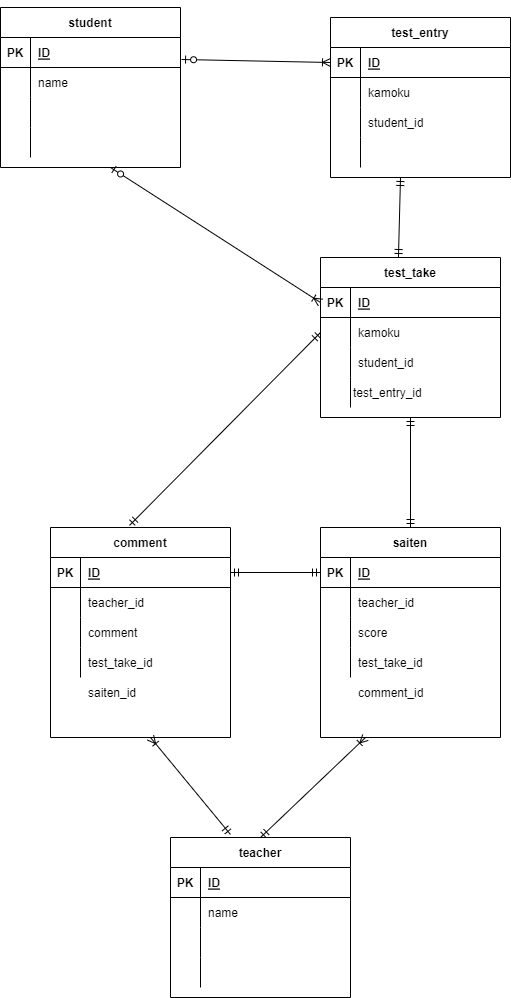
This is 20220918abe/test3.drawio.png from kazuki2355hayabusa/database_kadai, a draw.io export, as it was before one commit. Source tidied: cells renumbered, new cells last; positions are measured from the earlier drawing's top-left corner, leaving out a move shared by most shapes.
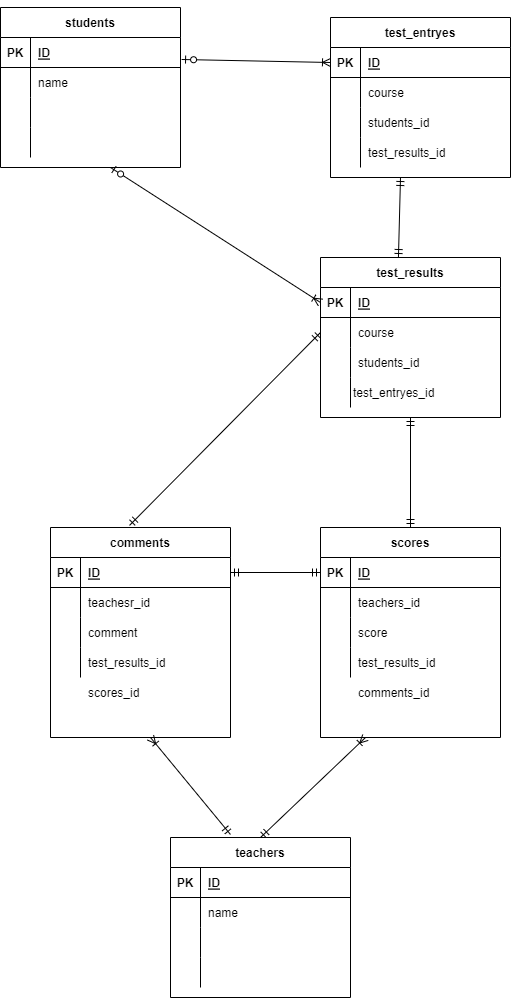
After the commit.

Change to the diagram source:
```diff
@@ -7,7 +7,7 @@
         <mxPoint x="90" as="targetPoint" />
       </mxGeometry>
     </mxCell>
-    <mxCell id="3" value="student" style="shape=table;startSize=30;rowLines=0;fontStyle=1;align=center;" parent="1" vertex="1">
+    <mxCell id="3" value="students" style="shape=table;startSize=30;rowLines=0;fontStyle=1;align=center;" parent="1" vertex="1">
       <mxGeometry width="180" height="160" as="geometry" />
     </mxCell>
     <mxCell id="4" style="shape=partialRectangle;fillColor=none;top=0;left=0;bottom=1;right=0;points=[[0,0.5],[1,0.5]];portConstraint=eastwest;" parent="3" vertex="1">
@@ -46,7 +46,7 @@
     <mxCell id="15" style="shape=partialRectangle;fillColor=none;top=0;left=0;bottom=0;right=0;align=left;spacingLeft=6;overflow=hidden;" parent="13" vertex="1">
       <mxGeometry x="30" width="150" height="30" as="geometry" />
     </mxCell>
-    <mxCell id="16" value="test_entry" style="shape=table;startSize=30;rowLines=0;fontStyle=1;align=center;" parent="1" vertex="1">
+    <mxCell id="16" value="test_entryes" style="shape=table;startSize=30;rowLines=0;fontStyle=1;align=center;" parent="1" vertex="1">
       <mxGeometry x="330" y="10" width="180" height="160" as="geometry" />
     </mxCell>
     <mxCell id="17" style="shape=partialRectangle;fillColor=none;top=0;left=0;bottom=1;right=0;points=[[0,0.5],[1,0.5]];portConstraint=eastwest;" parent="16" vertex="1">
@@ -64,7 +64,7 @@
     <mxCell id="21" style="shape=partialRectangle;fillColor=none;top=0;left=0;bottom=0;right=0;overflow=hidden;" parent="20" vertex="1">
       <mxGeometry width="30" height="30" as="geometry" />
     </mxCell>
-    <mxCell id="22" value="kamoku" style="shape=partialRectangle;fillColor=none;top=0;left=0;bottom=0;right=0;align=left;spacingLeft=6;overflow=hidden;" parent="20" vertex="1">
+    <mxCell id="22" value="course" style="shape=partialRectangle;fillColor=none;top=0;left=0;bottom=0;right=0;align=left;spacingLeft=6;overflow=hidden;" parent="20" vertex="1">
       <mxGeometry x="30" width="150" height="30" as="geometry" />
     </mxCell>
     <mxCell id="23" style="shape=partialRectangle;fillColor=none;top=0;left=0;bottom=0;right=0;" parent="16" vertex="1">
@@ -82,13 +82,13 @@
     <mxCell id="27" style="shape=partialRectangle;fillColor=none;top=0;left=0;bottom=0;right=0;overflow=hidden;" parent="26" vertex="1">
       <mxGeometry width="30" height="30" as="geometry" />
     </mxCell>
-    <mxCell id="28" style="shape=partialRectangle;fillColor=none;top=0;left=0;bottom=0;right=0;align=left;spacingLeft=6;overflow=hidden;" parent="26" vertex="1">
+    <mxCell id="28" value="test_results_id" style="shape=partialRectangle;fillColor=none;top=0;left=0;bottom=0;right=0;align=left;spacingLeft=6;overflow=hidden;" parent="26" vertex="1">
       <mxGeometry x="30" width="150" height="30" as="geometry" />
     </mxCell>
-    <mxCell id="29" value="student_id" style="shape=partialRectangle;fillColor=none;top=0;left=0;bottom=0;right=0;align=left;spacingLeft=6;overflow=hidden;" parent="1" vertex="1">
+    <mxCell id="29" value="students_id" style="shape=partialRectangle;fillColor=none;top=0;left=0;bottom=0;right=0;align=left;spacingLeft=6;overflow=hidden;" parent="1" vertex="1">
       <mxGeometry x="360" y="100" width="150" height="30" as="geometry" />
     </mxCell>
-    <mxCell id="30" value="test_take" style="shape=table;startSize=30;rowLines=0;fontStyle=1;align=center;" parent="1" vertex="1">
+    <mxCell id="30" value="test_results" style="shape=table;startSize=30;rowLines=0;fontStyle=1;align=center;" parent="1" vertex="1">
       <mxGeometry x="320" y="250" width="180" height="160" as="geometry" />
     </mxCell>
     <mxCell id="31" style="shape=partialRectangle;fillColor=none;top=0;left=0;bottom=1;right=0;points=[[0,0.5],[1,0.5]];portConstraint=eastwest;" parent="30" vertex="1">
@@ -106,7 +106,7 @@
     <mxCell id="35" style="shape=partialRectangle;fillColor=none;top=0;left=0;bottom=0;right=0;overflow=hidden;" parent="34" vertex="1">
       <mxGeometry width="30" height="30" as="geometry" />
     </mxCell>
-    <mxCell id="36" value="kamoku" style="shape=partialRectangle;fillColor=none;top=0;left=0;bottom=0;right=0;align=left;spacingLeft=6;overflow=hidden;" parent="34" vertex="1">
+    <mxCell id="36" value="course" style="shape=partialRectangle;fillColor=none;top=0;left=0;bottom=0;right=0;align=left;spacingLeft=6;overflow=hidden;" parent="34" vertex="1">
       <mxGeometry x="30" width="150" height="30" as="geometry" />
     </mxCell>
     <mxCell id="37" style="shape=partialRectangle;fillColor=none;top=0;left=0;bottom=0;right=0;" parent="30" vertex="1">
@@ -127,7 +127,7 @@
     <mxCell id="42" style="shape=partialRectangle;fillColor=none;top=0;left=0;bottom=0;right=0;align=left;spacingLeft=6;overflow=hidden;" parent="40" vertex="1">
       <mxGeometry x="30" width="150" height="30" as="geometry" />
     </mxCell>
-    <mxCell id="43" value="teacher" style="shape=table;startSize=30;rowLines=0;fontStyle=1;align=center;" parent="1" vertex="1">
+    <mxCell id="43" value="teachers" style="shape=table;startSize=30;rowLines=0;fontStyle=1;align=center;" parent="1" vertex="1">
       <mxGeometry x="170" y="830" width="180" height="160" as="geometry" />
     </mxCell>
     <mxCell id="44" style="shape=partialRectangle;fillColor=none;top=0;left=0;bottom=1;right=0;" parent="43" vertex="1">
@@ -166,7 +166,7 @@
     <mxCell id="55" style="shape=partialRectangle;fillColor=none;top=0;left=0;bottom=0;right=0;align=left;spacingLeft=6;overflow=hidden;" parent="53" vertex="1">
       <mxGeometry x="30" width="150" height="30" as="geometry" />
     </mxCell>
-    <mxCell id="56" value="saiten" style="shape=table;startSize=30;rowLines=0;fontStyle=1;align=center;" parent="1" vertex="1">
+    <mxCell id="56" value="scores" style="shape=table;startSize=30;rowLines=0;fontStyle=1;align=center;" parent="1" vertex="1">
       <mxGeometry x="320" y="520" width="180" height="210" as="geometry" />
     </mxCell>
     <mxCell id="57" style="shape=partialRectangle;fillColor=none;top=0;left=0;bottom=1;right=0;points=[[0,0.5],[1,0.5]];portConstraint=eastwest;" parent="56" vertex="1">
@@ -184,7 +184,7 @@
     <mxCell id="61" style="shape=partialRectangle;fillColor=none;top=0;left=0;bottom=0;right=0;overflow=hidden;" parent="60" vertex="1">
       <mxGeometry width="30" height="30" as="geometry" />
     </mxCell>
-    <mxCell id="62" value="teacher_id" style="shape=partialRectangle;fillColor=none;top=0;left=0;bottom=0;right=0;align=left;spacingLeft=6;overflow=hidden;" parent="60" vertex="1">
+    <mxCell id="62" value="teachers_id" style="shape=partialRectangle;fillColor=none;top=0;left=0;bottom=0;right=0;align=left;spacingLeft=6;overflow=hidden;" parent="60" vertex="1">
       <mxGeometry x="30" width="150" height="30" as="geometry" />
     </mxCell>
     <mxCell id="63" style="shape=partialRectangle;fillColor=none;top=0;left=0;bottom=0;right=0;" parent="56" vertex="1">
@@ -202,10 +202,10 @@
     <mxCell id="67" style="shape=partialRectangle;fillColor=none;top=0;left=0;bottom=0;right=0;overflow=hidden;" parent="66" vertex="1">
       <mxGeometry width="30" height="30" as="geometry" />
     </mxCell>
-    <mxCell id="68" value="test_take_id" style="shape=partialRectangle;fillColor=none;top=0;left=0;bottom=0;right=0;align=left;spacingLeft=6;overflow=hidden;" parent="66" vertex="1">
+    <mxCell id="68" value="test_results_id" style="shape=partialRectangle;fillColor=none;top=0;left=0;bottom=0;right=0;align=left;spacingLeft=6;overflow=hidden;" parent="66" vertex="1">
       <mxGeometry x="30" width="150" height="30" as="geometry" />
     </mxCell>
-    <mxCell id="69" value="comment" style="shape=table;startSize=30;rowLines=0;fontStyle=1;align=center;" parent="1" vertex="1">
+    <mxCell id="69" value="comments" style="shape=table;startSize=30;rowLines=0;fontStyle=1;align=center;" parent="1" vertex="1">
       <mxGeometry x="50" y="520" width="180" height="210" as="geometry" />
     </mxCell>
     <mxCell id="70" style="shape=partialRectangle;fillColor=none;top=0;left=0;bottom=1;right=0;points=[[0,0.5],[1,0.5]];portConstraint=eastwest;" parent="69" vertex="1">
@@ -223,7 +223,7 @@
     <mxCell id="74" style="shape=partialRectangle;fillColor=none;top=0;left=0;bottom=0;right=0;overflow=hidden;" parent="73" vertex="1">
       <mxGeometry width="30" height="30" as="geometry" />
     </mxCell>
-    <mxCell id="75" value="teacher_id" style="shape=partialRectangle;fillColor=none;top=0;left=0;bottom=0;right=0;align=left;spacingLeft=6;overflow=hidden;" parent="73" vertex="1">
+    <mxCell id="75" value="teachesr_id" style="shape=partialRectangle;fillColor=none;top=0;left=0;bottom=0;right=0;align=left;spacingLeft=6;overflow=hidden;" parent="73" vertex="1">
       <mxGeometry x="30" width="150" height="30" as="geometry" />
     </mxCell>
     <mxCell id="76" style="shape=partialRectangle;fillColor=none;top=0;left=0;bottom=0;right=0;" parent="69" vertex="1">
@@ -241,13 +241,13 @@
     <mxCell id="80" style="shape=partialRectangle;fillColor=none;top=0;left=0;bottom=0;right=0;overflow=hidden;" parent="79" vertex="1">
       <mxGeometry width="30" height="30" as="geometry" />
     </mxCell>
-    <mxCell id="81" value="test_take_id" style="shape=partialRectangle;fillColor=none;top=0;left=0;bottom=0;right=0;align=left;spacingLeft=6;overflow=hidden;" parent="79" vertex="1">
+    <mxCell id="81" value="test_results_id" style="shape=partialRectangle;fillColor=none;top=0;left=0;bottom=0;right=0;align=left;spacingLeft=6;overflow=hidden;" parent="79" vertex="1">
       <mxGeometry x="30" width="150" height="30" as="geometry" />
     </mxCell>
-    <mxCell id="82" value="saiten_id" style="shape=partialRectangle;fillColor=none;top=0;left=0;bottom=0;right=0;align=left;spacingLeft=6;overflow=hidden;" parent="1" vertex="1">
+    <mxCell id="82" value="scores_id" style="shape=partialRectangle;fillColor=none;top=0;left=0;bottom=0;right=0;align=left;spacingLeft=6;overflow=hidden;" parent="1" vertex="1">
       <mxGeometry x="80" y="670" width="150" height="30" as="geometry" />
     </mxCell>
-    <mxCell id="83" value="comment_id" style="shape=partialRectangle;fillColor=none;top=0;left=0;bottom=0;right=0;align=left;spacingLeft=6;overflow=hidden;" parent="1" vertex="1">
+    <mxCell id="83" value="comments_id" style="shape=partialRectangle;fillColor=none;top=0;left=0;bottom=0;right=0;align=left;spacingLeft=6;overflow=hidden;" parent="1" vertex="1">
       <mxGeometry x="350" y="670" width="150" height="30" as="geometry" />
     </mxCell>
     <mxCell id="84" style="fontSize=12;html=1;endArrow=ERoneToMany;startArrow=ERzeroToOne;strokeColor=default;entryX=0;entryY=0.5;entryDx=0;entryDy=0;exitX=1.006;exitY=0.733;exitDx=0;exitDy=0;exitPerimeter=0;" parent="1" edge="1" source="4" target="17">
@@ -280,13 +280,13 @@
     <mxCell id="91" style="fontSize=12;html=1;endArrow=ERmandOne;startArrow=ERmandOne;strokeColor=default;entryX=0.5;entryY=1;entryDx=0;entryDy=0;exitX=0.5;exitY=0;exitDx=0;exitDy=0;" parent="1" edge="1" source="56" target="30">
       <mxGeometry relative="1" as="geometry" />
     </mxCell>
-    <mxCell id="92" value="test_entry_id" style="shape=partialRectangle;fillColor=none;top=0;left=0;bottom=0;right=0;align=left;spacingLeft=6;overflow=hidden;" parent="1" vertex="1">
+    <mxCell id="92" value="test_entryes_id" style="shape=partialRectangle;fillColor=none;top=0;left=0;bottom=0;right=0;align=left;spacingLeft=6;overflow=hidden;" parent="1" vertex="1">
       <mxGeometry x="345" y="370" width="150" height="30" as="geometry" />
     </mxCell>
     <mxCell id="93" style="shape=partialRectangle;fillColor=none;top=0;left=0;bottom=0;right=0;align=left;spacingLeft=6;overflow=hidden;" parent="1" vertex="1">
       <mxGeometry x="345" y="400" width="150" height="30" as="geometry" />
     </mxCell>
-    <mxCell id="94" value="student_id" style="shape=partialRectangle;fillColor=none;top=0;left=0;bottom=0;right=0;align=left;spacingLeft=6;overflow=hidden;" parent="1" vertex="1">
+    <mxCell id="94" value="students_id" style="shape=partialRectangle;fillColor=none;top=0;left=0;bottom=0;right=0;align=left;spacingLeft=6;overflow=hidden;" parent="1" vertex="1">
       <mxGeometry x="350" y="340" width="150" height="30" as="geometry" />
     </mxCell>
   </root>
```
